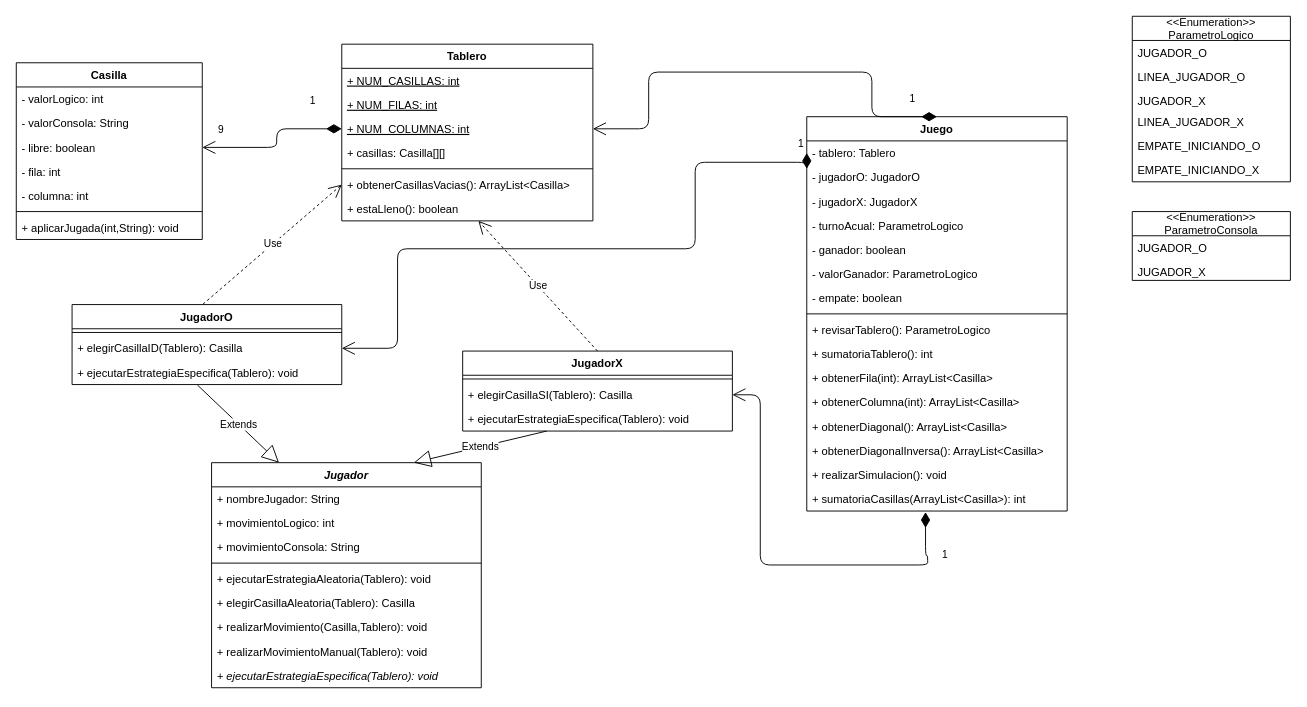
The draw.io diagram P61/Clase9/DiagramaClasesTresEnRaya.drawio in luismescobarf/clasesCiclo2, before the edit. Source tidied: cells renumbered, new cells numbered last; positions are measured from the earlier drawing's top-left corner, leaving out a move shared by most shapes. Both pictures are drawn from the tidied source at 93%, with x=0, y=0 at pixel (16, 16).
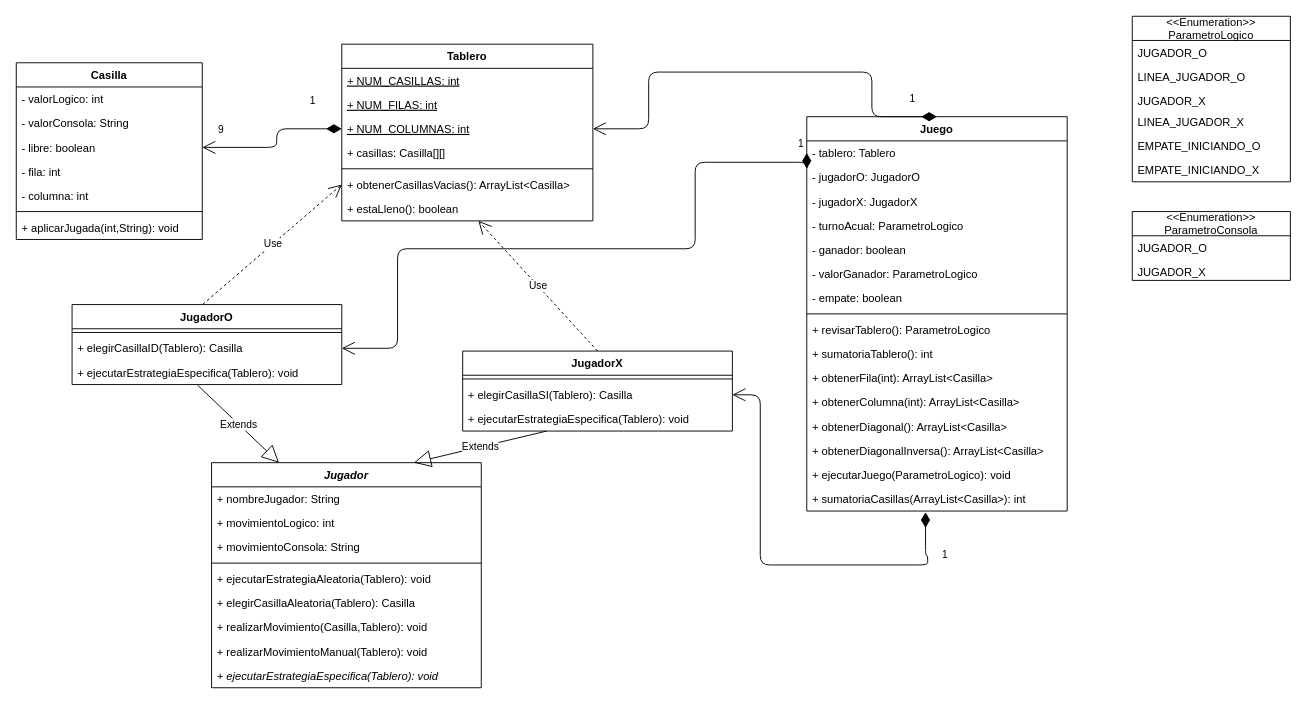
The same page after the edit.

The change refers to these unchanged cells:
```xml
<mxCell id="42" value="Juego" style="swimlane;fontStyle=1;align=center;verticalAlign=top;horizontal=1;startSize=26;" parent="1" vertex="1">
  <mxGeometry x="850" y="108" width="280" height="424" as="geometry" />
</mxCell>
```

The edit, as a diff of the source:
```diff
@@
-    <mxCell id="57" value="+ realizarSimulacion(): void" style="text;strokeColor=none;fillColor=none;align=left;verticalAlign=top;spacingLeft=4;spacingRight=4;overflow=hidden;" parent="42" vertex="1">
+    <mxCell id="57" value="+ ejecutarJuego(ParametroLogico): void" style="text;strokeColor=none;fillColor=none;align=left;verticalAlign=top;spacingLeft=4;spacingRight=4;overflow=hidden;" parent="42" vertex="1">
       <mxGeometry y="372" width="280" height="26" as="geometry" />
     </mxCell>
```
